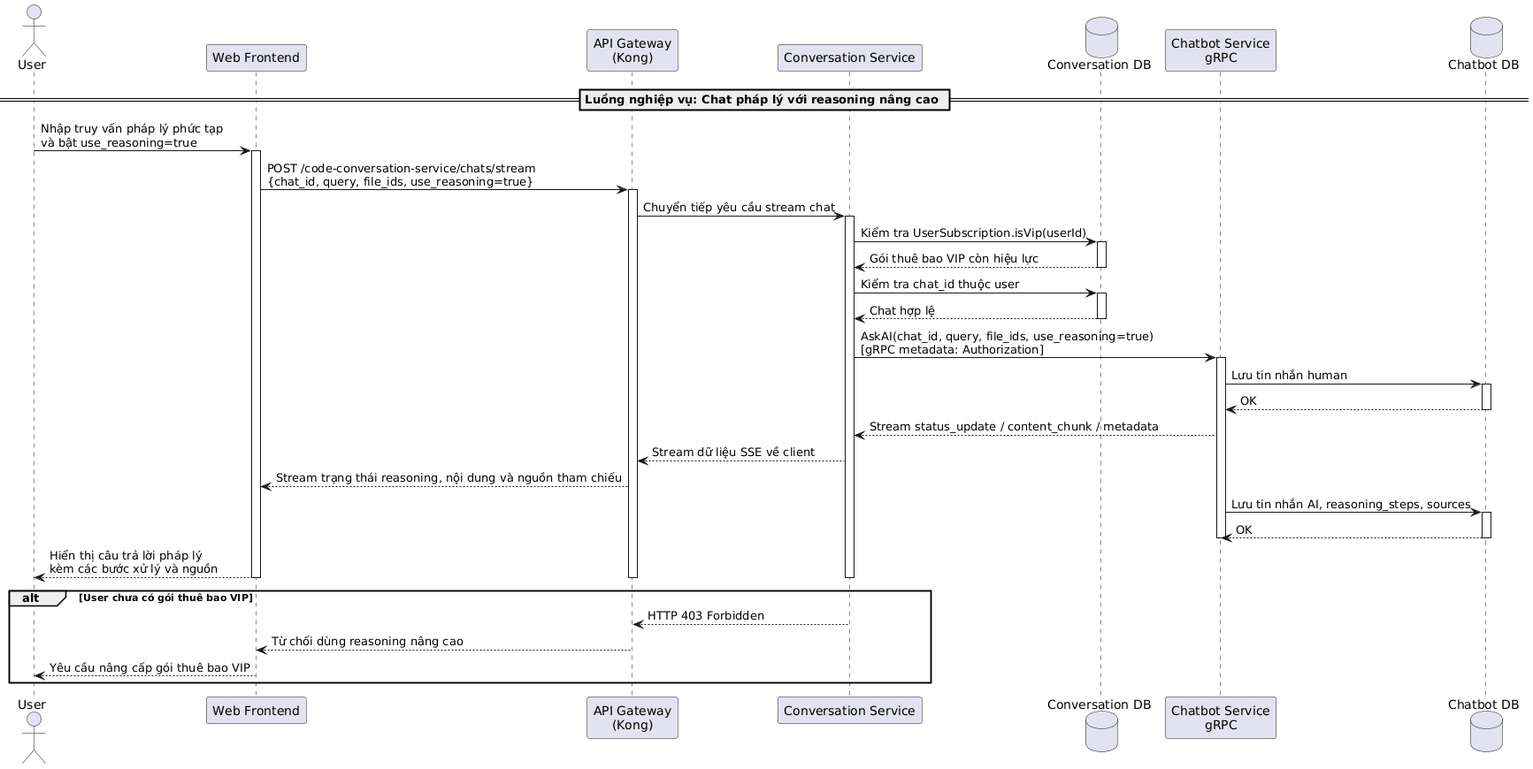
Earlier version of the PlantUML export temp/05-sequence/UML-Sequence-35.png (20206205Tech/docs-uml).
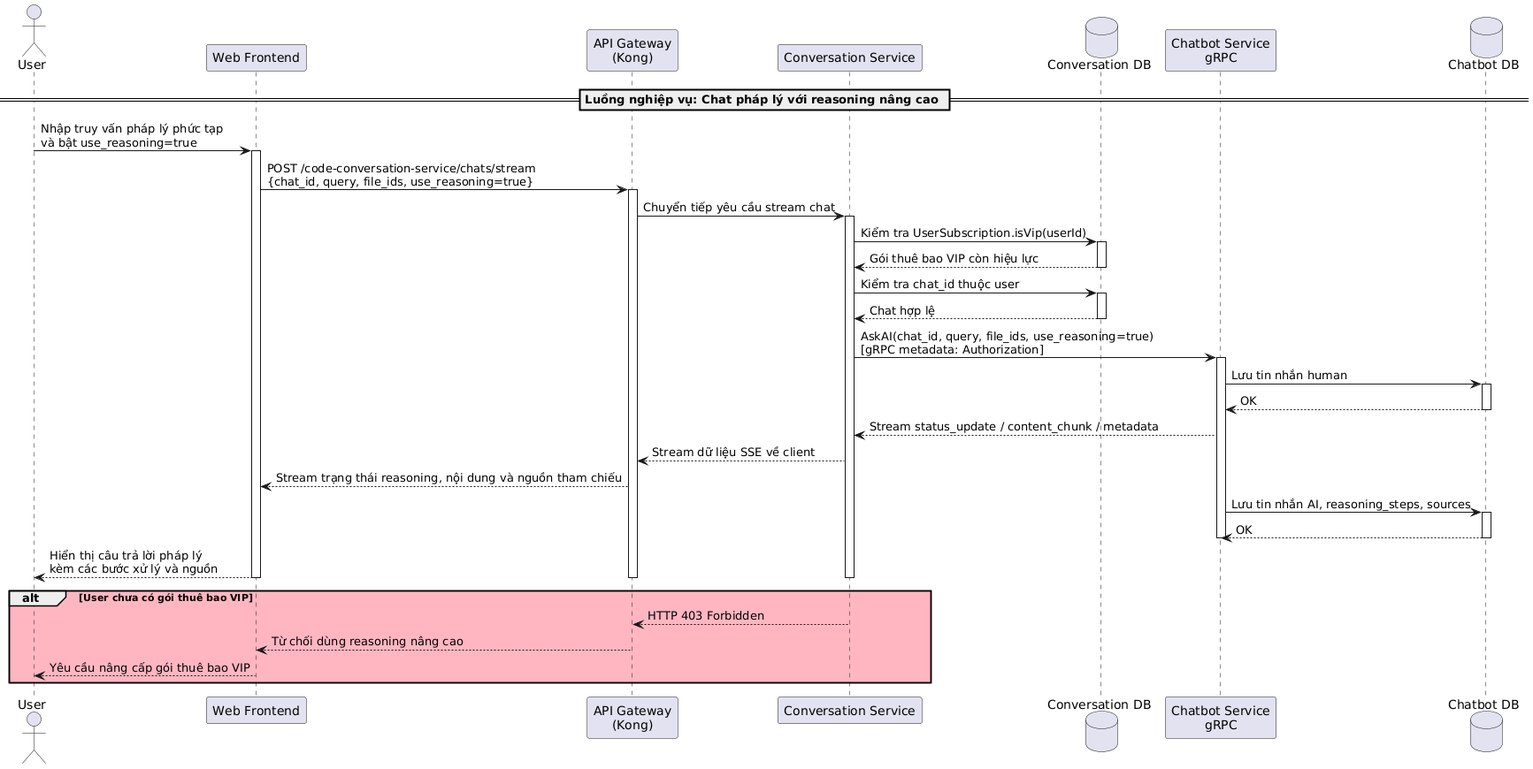
The same file after the commit.

What changed in the source:
```diff
@@ -49,7 +49,7 @@
 deactivate Kong
 deactivate Frontend
 
-alt User chưa có gói thuê bao VIP
+alt #LightPink User chưa có gói thuê bao VIP
     ConversationService --> Kong: HTTP 403 Forbidden
     Kong --> Frontend: Từ chối dùng reasoning nâng cao
     Frontend --> User: Yêu cầu nâng cấp gói thuê bao VIP
```
